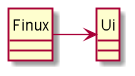
Earlier version of the PlantUML export docs/img/UIComponentDiagram.png (nus-cs2113-AY2021S2/tp).
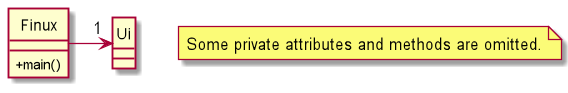
Above is the later version.

The edit, as a diff of the source:
```diff
@@ -1,13 +1,18 @@
 @startuml
 hide circle
 skinparam monochrome false
+skinparam classAttributeIconSize 0
+
+note "Some private attributes and methods are omitted." as N1
 
 class Finux {
+
+    +main()
 }
 
 class Ui {
 }
 
-Finux -> Ui
+Finux -> "1"Ui
 
 @enduml
```
